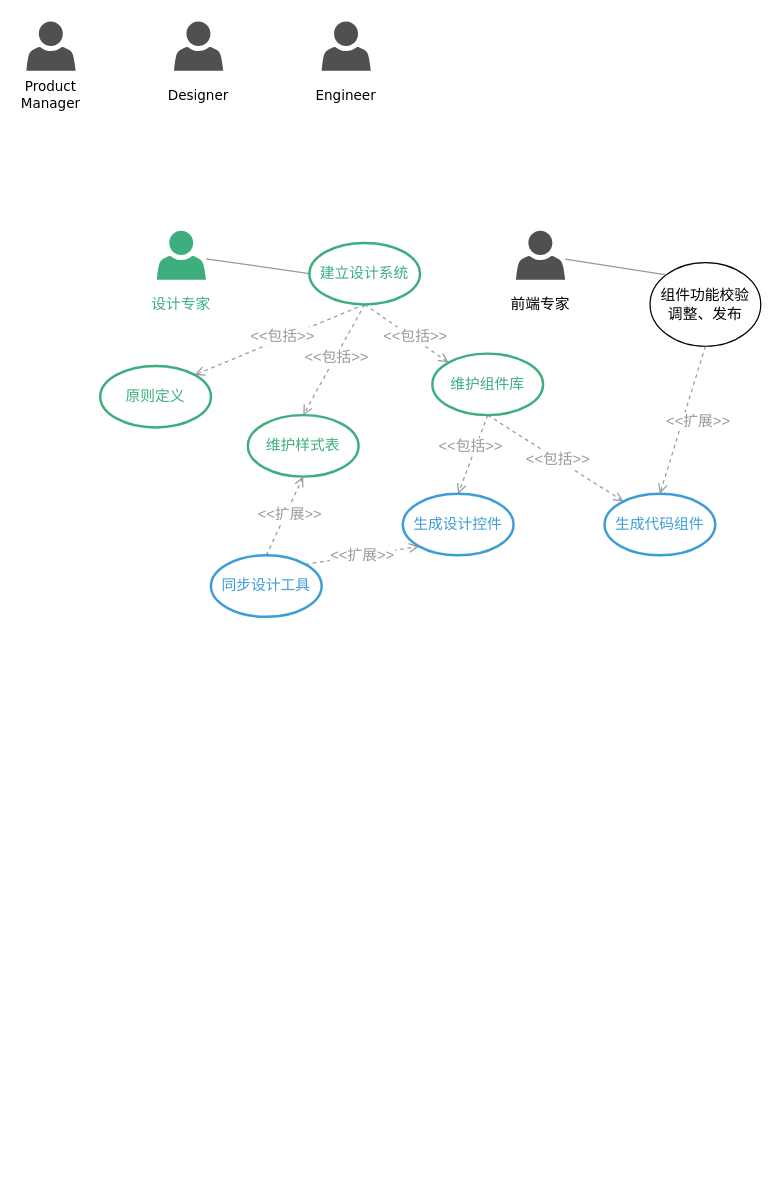
Earlier version of the draw.io diagram assets/source/uml.drawio (design-to-release/docs). Source tidied: cells renumbered, new cells numbered last; positions are measured from the earlier drawing's top-left corner, leaving out a move shared by most shapes. Both pictures are drawn from the tidied source at 123%, with x=0, y=0 at pixel (26, 21).
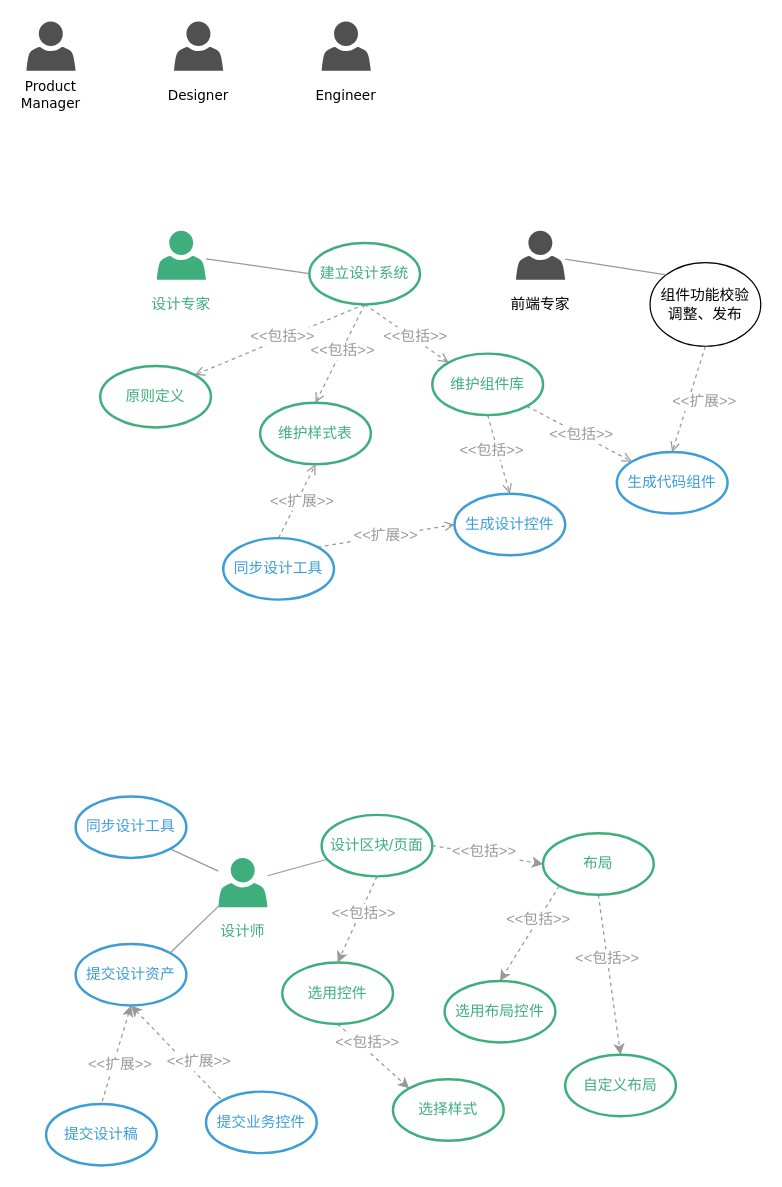
The same diagram, later.

The change refers to these unchanged cells:
```xml
<mxCell id="23" value="维护组件库" style="ellipse;whiteSpace=wrap;html=1;fontFamily=PingFangSC;fontSize=12;fontColor=#3EAF7C;strokeColor=#3EAF7C;strokeWidth=2;" parent="1" vertex="1">
  <mxGeometry x="330" y="270" width="90" height="50" as="geometry" />
</mxCell>
```

Diff of the diagram source:
```diff
@@
     <mxCell id="18" value="维护样式表" style="ellipse;whiteSpace=wrap;html=1;fontFamily=PingFangSC;fontSize=12;fontColor=#3EAF7C;strokeColor=#3EAF7C;strokeWidth=2;" parent="1" vertex="1">
-      <mxGeometry x="180" y="320" width="90" height="50" as="geometry" />
+      <mxGeometry x="190" y="310" width="90" height="50" as="geometry" />
     </mxCell>
@@
-    <mxCell id="21" style="edgeStyle=none;rounded=0;jettySize=auto;html=1;exitX=0.5;exitY=1;exitDx=0;exitDy=0;dashed=1;endArrow=open;endFill=0;fontFamily=PingFangSC;fontSize=12;strokeColor=#999999;" parent="1" edge="1" source="23" target="30">
+    <mxCell id="21" style="edgeStyle=none;rounded=0;jettySize=auto;html=1;exitX=1;exitY=1;exitDx=0;exitDy=0;dashed=1;endArrow=open;endFill=0;fontFamily=PingFangSC;fontSize=12;strokeColor=#999999;" parent="1" edge="1" source="23" target="30">
       <mxGeometry relative="1" as="geometry" />
     </mxCell>
@@
-    <mxCell id="27" value="&amp;lt;&amp;lt;扩展&amp;gt;&amp;gt;" style="edgeStyle=none;rounded=0;jettySize=auto;html=1;exitX=1;exitY=0;exitDx=0;exitDy=0;entryX=0;entryY=1;entryDx=0;entryDy=0;dashed=1;endArrow=open;endFill=0;fontFamily=PingFangSC;fontSize=12;strokeColor=#999999;fontColor=#999999;" parent="1" edge="1" source="28" target="29">
+    <mxCell id="27" value="&amp;lt;&amp;lt;扩展&amp;gt;&amp;gt;" style="edgeStyle=none;rounded=0;jettySize=auto;html=1;exitX=1;exitY=0;exitDx=0;exitDy=0;entryX=0;entryY=0.5;entryDx=0;entryDy=0;dashed=1;endArrow=open;endFill=0;fontFamily=PingFangSC;fontSize=12;strokeColor=#999999;fontColor=#999999;" parent="1" edge="1" source="28" target="29">
       <mxGeometry relative="1" as="geometry" />
     </mxCell>
     <mxCell id="28" value="同步设计工具" style="ellipse;whiteSpace=wrap;html=1;fontFamily=PingFangSC;fontSize=12;strokeColor=#3D9DD6;fontColor=#3D9DD6;strokeWidth=2;" parent="1" vertex="1">
-      <mxGeometry x="150" y="434" width="90" height="50" as="geometry" />
+      <mxGeometry x="160" y="420" width="90" height="50" as="geometry" />
     </mxCell>
     <mxCell id="29" value="生成设计控件" style="ellipse;whiteSpace=wrap;html=1;fontFamily=PingFangSC;fontSize=12;strokeColor=#3D9DD6;fontColor=#3D9DD6;strokeWidth=2;" parent="1" vertex="1">
-      <mxGeometry x="306" y="384" width="90" height="50" as="geometry" />
+      <mxGeometry x="348" y="384" width="90" height="50" as="geometry" />
     </mxCell>
     <mxCell id="30" value="生成代码组件" style="ellipse;whiteSpace=wrap;html=1;fontFamily=PingFangSC;fontSize=12;strokeColor=#3D9DD6;fontColor=#3D9DD6;strokeWidth=2;" parent="1" vertex="1">
-      <mxGeometry x="470" y="384" width="90" height="50" as="geometry" />
+      <mxGeometry x="480" y="350" width="90" height="50" as="geometry" />
     </mxCell>
@@
+    <mxCell id="36" style="edgeStyle=none;rounded=0;jettySize=auto;html=1;entryX=1;entryY=1;entryDx=0;entryDy=0;fontColor=#999999;strokeColor=#999999;endArrow=none;endFill=0;" parent="1" edge="1" source="39" target="41">
+      <mxGeometry relative="1" as="geometry" />
+    </mxCell>
+    <mxCell id="37" style="edgeStyle=none;rounded=0;jettySize=auto;html=1;endArrow=none;endFill=0;strokeColor=#999999;fontColor=#999999;entryX=1;entryY=0;entryDx=0;entryDy=0;" parent="1" edge="1" source="39" target="62">
+      <mxGeometry relative="1" as="geometry" />
+    </mxCell>
+    <mxCell id="38" style="edgeStyle=none;rounded=0;jettySize=auto;html=1;endArrow=none;endFill=0;strokeColor=#999999;fontColor=#999999;" parent="1" edge="1" source="39" target="46">
+      <mxGeometry relative="1" as="geometry" />
+    </mxCell>
+    <mxCell id="39" style="shadow=0;dashed=0;html=1;strokeColor=none;fillColor=#3EAF7C;labelPosition=center;verticalLabelPosition=bottom;verticalAlign=top;outlineConnect=0;align=center;shape=mxgraph.office.users.user;" parent="1" vertex="1">
+      <mxGeometry x="156" y="680" width="40" height="40" as="geometry" />
+    </mxCell>
+    <mxCell id="40" value="设计师" style="text;html=1;strokeColor=none;fillColor=none;align=center;verticalAlign=middle;whiteSpace=wrap;rounded=0;fontFamily=PingFangSC;fontSize=12;fontColor=#3EAF7C;" parent="1" vertex="1">
+      <mxGeometry x="146" y="720" width="60" height="40" as="geometry" />
+    </mxCell>
+    <mxCell id="41" value="同步设计工具" style="ellipse;whiteSpace=wrap;html=1;fontFamily=PingFangSC;fontSize=12;fontColor=#3D9DD6;strokeColor=#3D9DD6;strokeWidth=2;" parent="1" vertex="1">
+      <mxGeometry x="40" y="630" width="90" height="50" as="geometry" />
+    </mxCell>
+    <mxCell id="42" style="edgeStyle=none;rounded=0;jettySize=auto;html=1;exitX=1;exitY=0.5;exitDx=0;exitDy=0;entryX=0;entryY=0.5;entryDx=0;entryDy=0;endArrow=classic;endFill=1;strokeColor=#999999;fontColor=#999999;dashed=1;" parent="1" edge="1" source="46" target="54">
+      <mxGeometry relative="1" as="geometry" />
+    </mxCell>
+    <mxCell id="43" value="&amp;lt;&amp;lt;包括&amp;gt;&amp;gt;" style="text;html=1;align=center;verticalAlign=middle;labelBackgroundColor=#ffffff;fontColor=#999999;" parent="42" vertex="1">
+      <mxGeometry x="0.1" y="4" relative="1" as="geometry">
+        <mxPoint x="-8.6" as="offset" />
+      </mxGeometry>
+    </mxCell>
+    <mxCell id="44" style="edgeStyle=none;rounded=0;jettySize=auto;html=1;entryX=0.5;entryY=0;entryDx=0;entryDy=0;endArrow=classic;endFill=1;strokeColor=#999999;fontColor=#999999;dashed=1;exitX=0.5;exitY=1;exitDx=0;exitDy=0;" parent="1" edge="1" source="46" target="49">
+      <mxGeometry relative="1" as="geometry" />
+    </mxCell>
+    <mxCell id="45" value="&amp;lt;&amp;lt;包括&amp;gt;&amp;gt;" style="text;html=1;align=center;verticalAlign=middle;labelBackgroundColor=#ffffff;fontColor=#999999;" parent="44" vertex="1">
+      <mxGeometry x="-0.2" y="1" relative="1" as="geometry">
+        <mxPoint y="1" as="offset" />
+      </mxGeometry>
+    </mxCell>
+    <mxCell id="46" value="设计区块/页面" style="ellipse;whiteSpace=wrap;html=1;fontFamily=PingFangSC;fontSize=12;fontColor=#3EAF7C;strokeColor=#3EAF7C;strokeWidth=2;" parent="1" vertex="1">
+      <mxGeometry x="240" y="645" width="90" height="50" as="geometry" />
+    </mxCell>
+    <mxCell id="47" style="edgeStyle=none;rounded=0;jettySize=auto;html=1;endArrow=classic;endFill=1;strokeColor=#999999;fontColor=#999999;entryX=0;entryY=0;entryDx=0;entryDy=0;exitX=0.5;exitY=1;exitDx=0;exitDy=0;dashed=1;" parent="1" edge="1" source="49" target="57">
+      <mxGeometry relative="1" as="geometry" />
+    </mxCell>
+    <mxCell id="48" value="&amp;lt;&amp;lt;包括&amp;gt;&amp;gt;" style="text;html=1;align=center;verticalAlign=middle;labelBackgroundColor=#ffffff;fontColor=#999999;" parent="47" vertex="1">
+      <mxGeometry x="-0.43" y="1" relative="1" as="geometry">
+        <mxPoint x="6" y="0.7" as="offset" />
+      </mxGeometry>
+    </mxCell>
+    <mxCell id="49" value="选用控件" style="ellipse;whiteSpace=wrap;html=1;fontFamily=PingFangSC;fontSize=12;fontColor=#3EAF7C;strokeColor=#3EAF7C;strokeWidth=2;" parent="1" vertex="1">
+      <mxGeometry x="208" y="765" width="90" height="50" as="geometry" />
+    </mxCell>
+    <mxCell id="50" style="edgeStyle=none;rounded=0;jettySize=auto;html=1;exitX=0.5;exitY=1;exitDx=0;exitDy=0;entryX=0.5;entryY=0;entryDx=0;entryDy=0;endArrow=classic;endFill=1;strokeColor=#999999;fontColor=#999999;dashed=1;" parent="1" edge="1" source="54" target="55">
+      <mxGeometry relative="1" as="geometry" />
+    </mxCell>
+    <mxCell id="51" value="&amp;lt;&amp;lt;包括&amp;gt;&amp;gt;" style="text;html=1;align=center;verticalAlign=middle;labelBackgroundColor=#ffffff;fontColor=#999999;" parent="50" vertex="1">
+      <mxGeometry x="-0.2" y="-1" relative="1" as="geometry" />
+    </mxCell>
+    <mxCell id="52" style="edgeStyle=none;rounded=0;jettySize=auto;html=1;exitX=0;exitY=1;exitDx=0;exitDy=0;entryX=0.5;entryY=0;entryDx=0;entryDy=0;endArrow=classic;endFill=1;strokeColor=#999999;fontColor=#999999;dashed=1;" parent="1" edge="1" source="54" target="56">
+      <mxGeometry relative="1" as="geometry" />
+    </mxCell>
+    <mxCell id="53" value="&amp;lt;&amp;lt;包括&amp;gt;&amp;gt;" style="text;html=1;align=center;verticalAlign=middle;labelBackgroundColor=#ffffff;fontColor=#999999;" parent="52" vertex="1">
+      <mxGeometry x="-0.29" y="-1" relative="1" as="geometry" />
+    </mxCell>
+    <mxCell id="54" value="布局" style="ellipse;whiteSpace=wrap;html=1;fontFamily=PingFangSC;fontSize=12;fontColor=#3EAF7C;strokeColor=#3EAF7C;strokeWidth=2;" parent="1" vertex="1">
+      <mxGeometry x="420" y="660" width="90" height="50" as="geometry" />
+    </mxCell>
+    <mxCell id="55" value="自定义布局" style="ellipse;whiteSpace=wrap;html=1;fontFamily=PingFangSC;fontSize=12;fontColor=#3EAF7C;strokeColor=#3EAF7C;strokeWidth=2;" parent="1" vertex="1">
+      <mxGeometry x="438" y="840" width="90" height="50" as="geometry" />
+    </mxCell>
+    <mxCell id="56" value="选用布局控件" style="ellipse;whiteSpace=wrap;html=1;fontFamily=PingFangSC;fontSize=12;fontColor=#3EAF7C;strokeColor=#3EAF7C;strokeWidth=2;" parent="1" vertex="1">
+      <mxGeometry x="340" y="780" width="90" height="50" as="geometry" />
+    </mxCell>
+    <mxCell id="57" value="选择样式" style="ellipse;whiteSpace=wrap;html=1;fontFamily=PingFangSC;fontSize=12;fontColor=#3EAF7C;strokeColor=#3EAF7C;strokeWidth=2;" parent="1" vertex="1">
+      <mxGeometry x="298" y="860" width="90" height="50" as="geometry" />
+    </mxCell>
+    <mxCell id="58" style="edgeStyle=none;rounded=0;jettySize=auto;html=1;entryX=0.5;entryY=0;entryDx=0;entryDy=0;dashed=1;endArrow=none;endFill=0;strokeColor=#999999;fontColor=#3D9DD6;exitX=0.5;exitY=1;exitDx=0;exitDy=0;startArrow=classic;startFill=1;" parent="1" edge="1" source="62" target="63">
+      <mxGeometry relative="1" as="geometry" />
+    </mxCell>
+    <mxCell id="59" value="&amp;lt;&amp;lt;扩展&amp;gt;&amp;gt;" style="text;html=1;align=center;verticalAlign=middle;labelBackgroundColor=#ffffff;fontColor=#999999;" parent="58" vertex="1">
+      <mxGeometry x="-0.13" y="1" relative="1" as="geometry">
+        <mxPoint y="12.4" as="offset" />
+      </mxGeometry>
+    </mxCell>
+    <mxCell id="60" style="edgeStyle=none;rounded=0;jettySize=auto;html=1;exitX=0.5;exitY=1;exitDx=0;exitDy=0;entryX=0;entryY=0;entryDx=0;entryDy=0;dashed=1;endArrow=none;endFill=0;strokeColor=#999999;fontColor=#3D9DD6;startArrow=classic;startFill=1;" parent="1" edge="1" source="62" target="64">
+      <mxGeometry relative="1" as="geometry" />
+    </mxCell>
+    <mxCell id="61" value="&amp;lt;&amp;lt;扩展&amp;gt;&amp;gt;" style="text;html=1;align=center;verticalAlign=middle;labelBackgroundColor=#ffffff;fontColor=#999999;" parent="60" vertex="1">
+      <mxGeometry x="0.01" y="2" relative="1" as="geometry">
+        <mxPoint x="15.6" y="7.9" as="offset" />
+      </mxGeometry>
+    </mxCell>
+    <mxCell id="62" value="提交设计资产" style="ellipse;whiteSpace=wrap;html=1;fontFamily=PingFangSC;fontSize=12;strokeColor=#3D9DD6;fontColor=#3D9DD6;strokeWidth=2;" parent="1" vertex="1">
+      <mxGeometry x="40" y="750" width="90" height="50" as="geometry" />
+    </mxCell>
+    <mxCell id="63" value="提交设计稿" style="ellipse;whiteSpace=wrap;html=1;fontFamily=PingFangSC;fontSize=12;strokeColor=#3D9DD6;fontColor=#3D9DD6;strokeWidth=2;" parent="1" vertex="1">
+      <mxGeometry x="16" y="880" width="90" height="50" as="geometry" />
+    </mxCell>
+    <mxCell id="64" value="提交业务控件" style="ellipse;whiteSpace=wrap;html=1;fontFamily=PingFangSC;fontSize=12;strokeColor=#3D9DD6;fontColor=#3D9DD6;strokeWidth=2;" parent="1" vertex="1">
+      <mxGeometry x="146" y="870" width="90" height="50" as="geometry" />
+    </mxCell>
```
